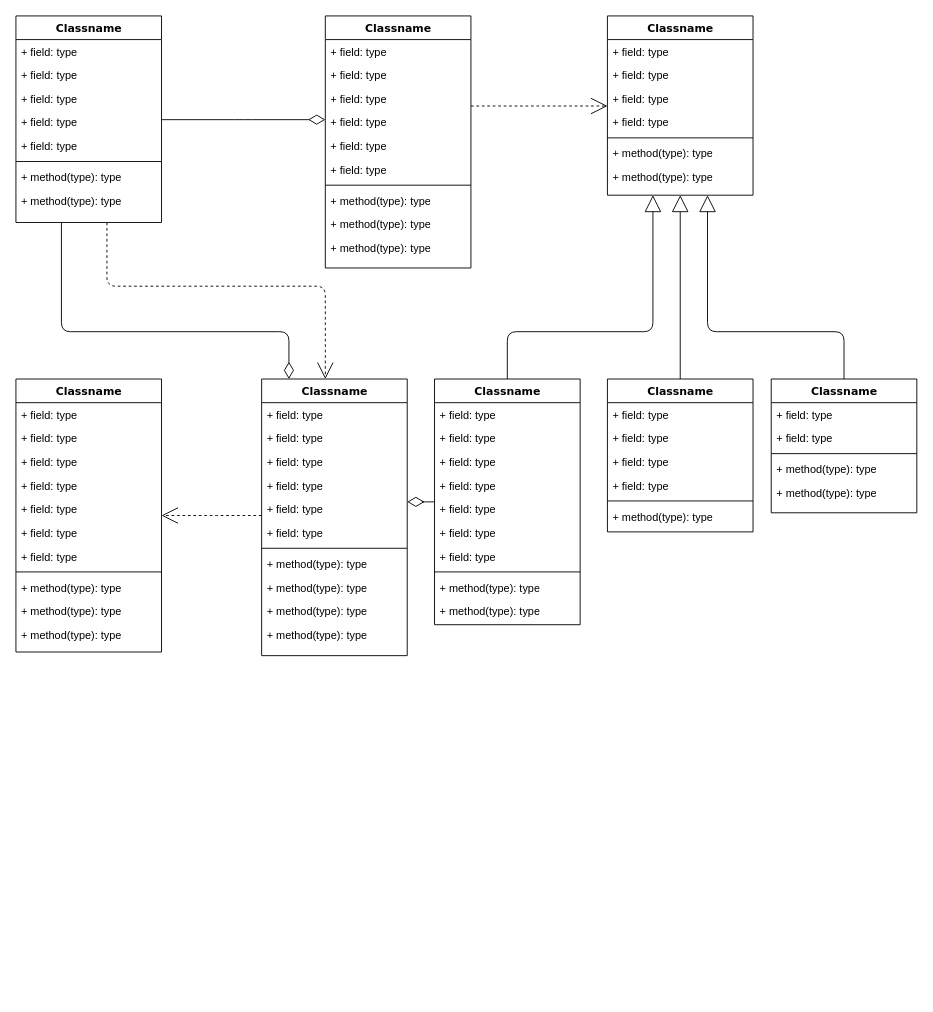
Before: Untitled Diagram.drawio in JohntunLiu/diagrams, a draw.io diagram. Source tidied: cells renumbered, new cells numbered last; positions are measured from the earlier drawing's top-left corner, leaving out a move shared by most shapes. Both pictures are drawn from the tidied source at 91%, with x=0, y=0 at pixel (15, 15).
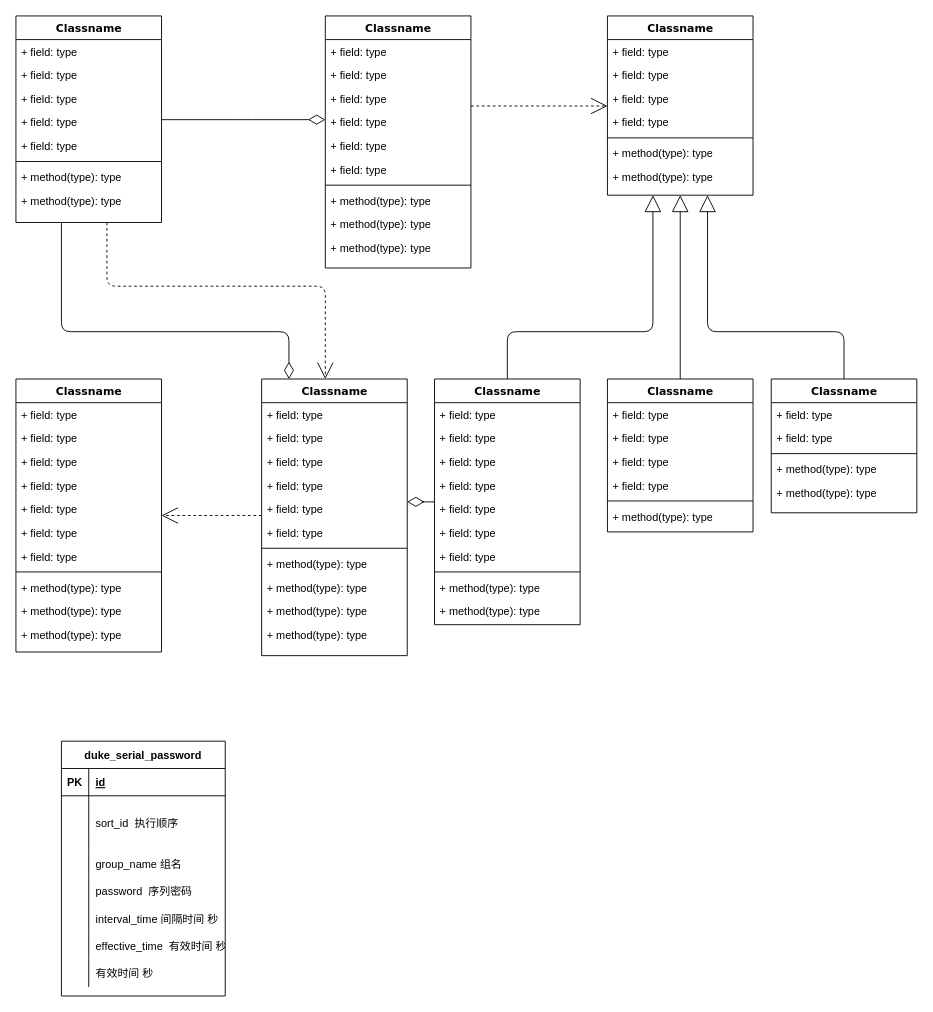
After the change.

Change to the diagram source:
```diff
@@
+    <mxCell id="87" value="duke_serial_password" style="shape=table;startSize=30;childLayout=tableLayout;rowLines=0;fontStyle=1;align=center;" parent="1" vertex="1">
+      <mxGeometry x="50" y="797" width="180" height="280" as="geometry" />
+    </mxCell>
+    <mxCell id="88" style="shape=tableRow;horizontal=0;startSize=0;swimlaneHead=0;swimlaneBody=0;fillColor=none;top=0;left=0;right=0;bottom=1;" parent="87" vertex="1">
+      <mxGeometry y="30" width="180" height="30" as="geometry" />
+    </mxCell>
+    <mxCell id="89" value="PK" style="shape=partialRectangle;fillColor=none;top=0;left=0;bottom=0;right=0;fontStyle=1;overflow=hidden;" parent="88" vertex="1">
+      <mxGeometry width="30" height="30" as="geometry" />
+    </mxCell>
+    <mxCell id="90" value="id" style="shape=partialRectangle;fillColor=none;top=0;left=0;bottom=0;right=0;align=left;spacingLeft=6;fontStyle=5;overflow=hidden;" parent="88" vertex="1">
+      <mxGeometry x="30" width="150" height="30" as="geometry" />
+    </mxCell>
+    <mxCell id="91" style="shape=tableRow;horizontal=0;startSize=0;swimlaneHead=0;swimlaneBody=0;fillColor=none;top=0;left=0;right=0;bottom=0;" parent="87" vertex="1">
+      <mxGeometry y="60" width="180" height="60" as="geometry" />
+    </mxCell>
+    <mxCell id="92" style="shape=partialRectangle;fillColor=none;top=0;left=0;bottom=0;right=0;overflow=hidden;" parent="91" vertex="1">
+      <mxGeometry width="30" height="60" as="geometry" />
+    </mxCell>
+    <mxCell id="93" value="sort_id  执行顺序" style="shape=partialRectangle;fillColor=none;top=0;left=0;bottom=0;right=0;align=left;spacingLeft=6;overflow=hidden;" parent="91" vertex="1">
+      <mxGeometry x="30" width="150" height="60" as="geometry" />
+    </mxCell>
+    <mxCell id="94" style="shape=tableRow;horizontal=0;startSize=0;swimlaneHead=0;swimlaneBody=0;fillColor=none;top=0;left=0;right=0;bottom=0;" parent="87" vertex="1">
+      <mxGeometry y="120" width="180" height="30" as="geometry" />
+    </mxCell>
+    <mxCell id="95" style="shape=partialRectangle;fillColor=none;top=0;left=0;bottom=0;right=0;overflow=hidden;" parent="94" vertex="1">
+      <mxGeometry width="30" height="30" as="geometry" />
+    </mxCell>
+    <mxCell id="96" value="group_name 组名" style="shape=partialRectangle;fillColor=none;top=0;left=0;bottom=0;right=0;align=left;spacingLeft=6;overflow=hidden;" parent="94" vertex="1">
+      <mxGeometry x="30" width="150" height="30" as="geometry" />
+    </mxCell>
+    <mxCell id="97" style="shape=tableRow;horizontal=0;startSize=0;swimlaneHead=0;swimlaneBody=0;fillColor=none;top=0;left=0;right=0;bottom=0;" parent="87" vertex="1">
+      <mxGeometry y="150" width="180" height="30" as="geometry" />
+    </mxCell>
+    <mxCell id="98" style="shape=partialRectangle;fillColor=none;top=0;left=0;bottom=0;right=0;overflow=hidden;" parent="97" vertex="1">
+      <mxGeometry width="30" height="30" as="geometry" />
+    </mxCell>
+    <mxCell id="99" value="password  序列密码" style="shape=partialRectangle;fillColor=none;top=0;left=0;bottom=0;right=0;align=left;spacingLeft=6;overflow=hidden;" parent="97" vertex="1">
+      <mxGeometry x="30" width="150" height="30" as="geometry" />
+    </mxCell>
+    <mxCell id="100" style="shape=tableRow;horizontal=0;startSize=0;swimlaneHead=0;swimlaneBody=0;fillColor=none;top=0;left=0;right=0;bottom=0;" parent="87" vertex="1">
+      <mxGeometry y="180" width="180" height="30" as="geometry" />
+    </mxCell>
+    <mxCell id="101" style="shape=partialRectangle;fillColor=none;top=0;left=0;bottom=0;right=0;overflow=hidden;" parent="100" vertex="1">
+      <mxGeometry width="30" height="30" as="geometry" />
+    </mxCell>
+    <mxCell id="102" value="interval_time 间隔时间 秒" style="shape=partialRectangle;fillColor=none;top=0;left=0;bottom=0;right=0;align=left;spacingLeft=6;overflow=hidden;" parent="100" vertex="1">
+      <mxGeometry x="30" width="150" height="30" as="geometry" />
+    </mxCell>
+    <mxCell id="103" style="shape=tableRow;horizontal=0;startSize=0;swimlaneHead=0;swimlaneBody=0;fillColor=none;top=0;left=0;right=0;bottom=0;" parent="87" vertex="1">
+      <mxGeometry y="210" width="180" height="30" as="geometry" />
+    </mxCell>
+    <mxCell id="104" style="shape=partialRectangle;fillColor=none;top=0;left=0;bottom=0;right=0;overflow=hidden;" parent="103" vertex="1">
+      <mxGeometry width="30" height="30" as="geometry" />
+    </mxCell>
+    <mxCell id="105" value="effective_time  有效时间 秒" style="shape=partialRectangle;fillColor=none;top=0;left=0;bottom=0;right=0;align=left;spacingLeft=6;overflow=hidden;" parent="103" vertex="1">
+      <mxGeometry x="30" width="150" height="30" as="geometry" />
+    </mxCell>
+    <mxCell id="106" style="shape=tableRow;horizontal=0;startSize=0;swimlaneHead=0;swimlaneBody=0;fillColor=none;top=0;left=0;right=0;bottom=0;" parent="87" vertex="1">
+      <mxGeometry y="240" width="180" height="30" as="geometry" />
+    </mxCell>
+    <mxCell id="107" style="shape=partialRectangle;fillColor=none;top=0;left=0;bottom=0;right=0;overflow=hidden;" parent="106" vertex="1">
+      <mxGeometry width="30" height="30" as="geometry" />
+    </mxCell>
+    <mxCell id="108" value="有效时间 秒" style="shape=partialRectangle;fillColor=none;top=0;left=0;bottom=0;right=0;align=left;spacingLeft=6;overflow=hidden;" parent="106" vertex="1">
+      <mxGeometry x="30" width="150" height="30" as="geometry" />
+    </mxCell>
```
